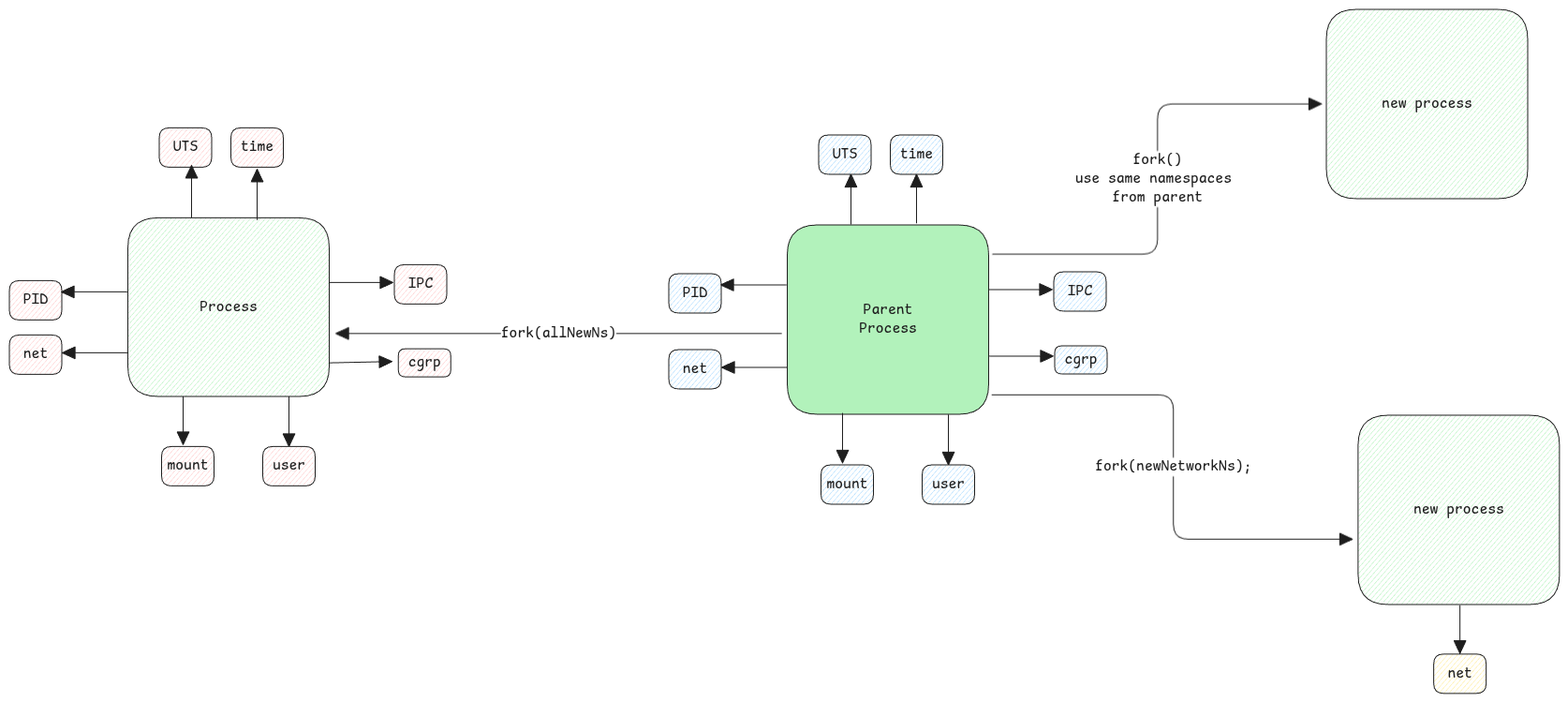
This is static/img/linux-process-namespaces.excalidraw.png from swaroopar/inprogress-engineer, a Excalidraw export, as it was before one commit. Source tidied: one line per element, renumbered; positions are measured from the earlier drawing's top-left corner, leaving out a move shared by most shapes. The source it was exported from:
```json
{"id": 0, "type": "rectangle", "strokeColor": "#1e1e1e", "backgroundColor": "#b2f2bb", "fillStyle": "solid", "strokeWidth": 1, "roughness": 0, "round": true, "x": 830, "y": 230, "width": 215, "height": 202}
{"id": 1, "type": "text", "text": "Parent\nProcess", "strokeColor": "#1e1e1e", "strokeWidth": 1, "roughness": 0, "fontSize": 16, "fontFamily": 8, "textAlign": "center", "verticalAlign": "middle", "inside": 0, "x": 907, "y": 311, "width": 62, "height": 40}
{"id": 2, "type": "rectangle", "strokeColor": "#1e1e1e", "backgroundColor": "#a5d8ff", "fillStyle": "hachure", "strokeWidth": 1, "roughness": 0, "round": true, "x": 704, "y": 282, "width": 56, "height": 42}
{"id": 3, "type": "text", "text": "PID", "strokeColor": "#1e1e1e", "strokeWidth": 1, "roughness": 0, "fontSize": 16, "fontFamily": 8, "textAlign": "center", "verticalAlign": "middle", "inside": 2, "x": 719, "y": 293, "width": 26, "height": 20}
{"id": 4, "type": "rectangle", "strokeColor": "#1e1e1e", "backgroundColor": "#a5d8ff", "fillStyle": "hachure", "strokeWidth": 1, "roughness": 0, "round": true, "x": 704, "y": 363, "width": 56, "height": 42}
{"id": 5, "type": "text", "text": "net", "strokeColor": "#1e1e1e", "strokeWidth": 1, "roughness": 0, "fontSize": 16, "fontFamily": 8, "textAlign": "center", "verticalAlign": "middle", "inside": 4, "x": 719, "y": 374, "width": 26, "height": 20}
{"id": 6, "type": "rectangle", "strokeColor": "#1e1e1e", "backgroundColor": "#a5d8ff", "fillStyle": "hachure", "strokeWidth": 1, "roughness": 0, "round": true, "x": 864, "y": 134, "width": 56, "height": 42}
{"id": 7, "type": "text", "text": "UTS", "strokeColor": "#1e1e1e", "strokeWidth": 1, "roughness": 0, "fontSize": 16, "fontFamily": 8, "textAlign": "center", "verticalAlign": "middle", "inside": 6, "x": 879, "y": 145, "width": 26, "height": 20}
{"id": 8, "type": "rectangle", "strokeColor": "#1e1e1e", "backgroundColor": "#a5d8ff", "fillStyle": "hachure", "strokeWidth": 1, "roughness": 0, "round": true, "x": 940, "y": 134, "width": 56, "height": 42}
{"id": 9, "type": "text", "text": "time", "strokeColor": "#1e1e1e", "strokeWidth": 1, "roughness": 0, "fontSize": 16, "fontFamily": 8, "textAlign": "center", "verticalAlign": "middle", "inside": 8, "x": 951, "y": 145, "width": 35, "height": 20}
{"id": 10, "type": "rectangle", "strokeColor": "#1e1e1e", "backgroundColor": "#a5d8ff", "fillStyle": "hachure", "strokeWidth": 1, "roughness": 0, "round": true, "x": 866, "y": 486, "width": 56, "height": 42}
{"id": 11, "type": "text", "text": "mount", "strokeColor": "#1e1e1e", "strokeWidth": 1, "roughness": 0, "fontSize": 16, "fontFamily": 8, "textAlign": "center", "verticalAlign": "middle", "inside": 10, "x": 872, "y": 497, "width": 44, "height": 20}
{"id": 12, "type": "rectangle", "strokeColor": "#1e1e1e", "backgroundColor": "#a5d8ff", "fillStyle": "hachure", "strokeWidth": 1, "roughness": 0, "round": true, "x": 974, "y": 486, "width": 56, "height": 42}
{"id": 13, "type": "text", "text": "user", "strokeColor": "#1e1e1e", "strokeWidth": 1, "roughness": 0, "fontSize": 16, "fontFamily": 8, "textAlign": "center", "verticalAlign": "middle", "inside": 12, "x": 985, "y": 497, "width": 35, "height": 20}
{"id": 14, "type": "rectangle", "strokeColor": "#1e1e1e", "backgroundColor": "#a5d8ff", "fillStyle": "hachure", "strokeWidth": 1, "roughness": 0, "round": true, "x": 1115, "y": 280, "width": 56, "height": 42}
{"id": 15, "type": "text", "text": "IPC", "strokeColor": "#1e1e1e", "strokeWidth": 1, "roughness": 0, "fontSize": 16, "fontFamily": 8, "textAlign": "center", "verticalAlign": "middle", "inside": 14, "x": 1130, "y": 291, "width": 26, "height": 20}
{"id": 16, "type": "rectangle", "strokeColor": "#1e1e1e", "backgroundColor": "#a5d8ff", "fillStyle": "hachure", "strokeWidth": 1, "roughness": 0, "round": true, "x": 1116, "y": 359, "width": 56, "height": 30}
{"id": 17, "type": "text", "text": "cgrp", "strokeColor": "#1e1e1e", "strokeWidth": 1, "roughness": 0, "fontSize": 16, "fontFamily": 8, "textAlign": "center", "verticalAlign": "middle", "inside": 16, "x": 1126, "y": 364, "width": 35, "height": 20}
{"id": 18, "type": "arrow", "strokeColor": "#1e1e1e", "backgroundColor": "#a5d8ff", "fillStyle": "hachure", "strokeWidth": 1, "roughness": 0, "endArrowhead": "triangle", "round": true, "x": 830, "y": 294, "width": 70, "height": 0, "points": [[0, 0], [-70, 0]]}
{"id": 19, "type": "arrow", "strokeColor": "#1e1e1e", "strokeWidth": 1, "roughness": 0, "endArrowhead": "triangle", "round": true, "x": 830, "y": 382, "width": 70, "height": 0, "points": [[0, 0], [-70, 0]]}
{"id": 20, "type": "arrow", "strokeColor": "#1e1e1e", "backgroundColor": "#a5d8ff", "fillStyle": "solid", "strokeWidth": 1, "roughness": 0, "endArrowhead": "triangle", "round": true, "x": 1046, "y": 299, "width": 68, "height": 0, "points": [[0, 0], [68, 0]]}
{"id": 21, "type": "arrow", "strokeColor": "#1e1e1e", "backgroundColor": "#a5d8ff", "fillStyle": "solid", "strokeWidth": 1, "roughness": 0, "endArrowhead": "triangle", "round": true, "from": 0, "x": 1046, "y": 370, "width": 68, "height": 0, "points": [[0, 0], [68, 0]]}
{"id": 22, "type": "arrow", "strokeColor": "#1e1e1e", "strokeWidth": 1, "roughness": 0, "endArrowhead": "triangle", "round": true, "from": 0, "x": 890, "y": 431, "width": 0, "height": 53, "points": [[0, 0], [0, 53]]}
{"id": 23, "type": "arrow", "strokeColor": "#1e1e1e", "strokeWidth": 1, "roughness": 0, "endArrowhead": "triangle", "round": true, "x": 1002, "y": 433, "width": 0, "height": 53, "points": [[0, 0], [0, 53]]}
{"id": 24, "type": "arrow", "strokeColor": "#1e1e1e", "backgroundColor": "#a5d8ff", "fillStyle": "hachure", "strokeWidth": 1, "roughness": 0, "endArrowhead": "triangle", "round": true, "x": 898, "y": 229, "width": 0, "height": 53, "points": [[0, 0], [0, -53]]}
{"id": 25, "type": "arrow", "strokeColor": "#1e1e1e", "backgroundColor": "#a5d8ff", "fillStyle": "hachure", "strokeWidth": 1, "roughness": 0, "endArrowhead": "triangle", "round": true, "x": 968, "y": 228, "width": 0, "height": 52, "points": [[0, 0], [0, -52]]}
{"id": 26, "type": "rectangle", "strokeColor": "#1e1e1e", "backgroundColor": "#b2f2bb", "fillStyle": "hachure", "strokeWidth": 1, "roughness": 0, "round": true, "x": 1406, "y": 0, "width": 215, "height": 202}
{"id": 27, "type": "text", "text": "new process", "strokeColor": "#1e1e1e", "strokeWidth": 1, "roughness": 0, "fontSize": 16, "fontFamily": 8, "textAlign": "center", "verticalAlign": "middle", "inside": 26, "x": 1465, "y": 91, "width": 97, "height": 20}
{"id": 28, "type": "arrow", "strokeColor": "#1e1e1e", "strokeWidth": 1, "roughness": 0, "endArrowhead": "triangle", "from": 0, "to": 26, "x": 1050, "y": 261, "width": 351, "height": 160, "points": [[0, 0], [176, 0], [176, -160], [351, -160]]}
{"id": 29, "type": "text", "text": "fork()\nuse same namespaces \nfrom parent", "strokeColor": "#1e1e1e", "strokeWidth": 1, "roughness": 0, "fontSize": 16, "fontFamily": 8, "textAlign": "center", "verticalAlign": "middle", "inside": 28, "x": 1141, "y": 162, "width": 176, "height": 60}
{"id": 30, "type": "rectangle", "strokeColor": "#1e1e1e", "backgroundColor": "#b2f2bb", "fillStyle": "hachure", "strokeWidth": 1, "roughness": 0, "round": true, "x": 1440, "y": 433, "width": 215, "height": 202}
{"id": 31, "type": "text", "text": "new process", "strokeColor": "#1e1e1e", "strokeWidth": 1, "roughness": 0, "fontSize": 16, "fontFamily": 8, "textAlign": "center", "verticalAlign": "middle", "inside": 30, "x": 1499, "y": 524, "width": 97, "height": 20}
{"id": 32, "type": "arrow", "strokeColor": "#1e1e1e", "strokeWidth": 1, "roughness": 0, "endArrowhead": "triangle", "from": 0, "to": 30, "x": 1049, "y": 411, "width": 385, "height": 154, "points": [[0, 0], [194, 0], [194, 154], [385, 154]]}
{"id": 33, "type": "text", "text": "fork(newNetworkNs);", "strokeColor": "#1e1e1e", "strokeWidth": 1, "roughness": 0, "fontSize": 16, "fontFamily": 8, "textAlign": "center", "verticalAlign": "middle", "inside": 32, "x": 1161, "y": 475, "width": 167, "height": 20}
{"id": 34, "type": "rectangle", "strokeColor": "#1e1e1e", "backgroundColor": "#ffec99", "fillStyle": "hachure", "strokeWidth": 1, "roughness": 0, "round": true, "x": 1521, "y": 688, "width": 56, "height": 42}
{"id": 35, "type": "text", "text": "net", "strokeColor": "#1e1e1e", "strokeWidth": 1, "roughness": 0, "fontSize": 16, "fontFamily": 8, "textAlign": "center", "verticalAlign": "middle", "inside": 34, "x": 1535, "y": 699, "width": 26, "height": 20}
{"id": 36, "type": "arrow", "strokeColor": "#1e1e1e", "strokeWidth": 1, "roughness": 0, "endArrowhead": "triangle", "round": true, "x": 1549, "y": 636, "width": 0, "height": 51, "points": [[0, 0], [0, 51]]}
{"id": 37, "type": "rectangle", "strokeColor": "#1e1e1e", "backgroundColor": "#b2f2bb", "fillStyle": "hachure", "strokeWidth": 1, "roughness": 0, "round": true, "x": 126, "y": 222, "width": 215, "height": 191}
{"id": 38, "type": "text", "text": "Process", "strokeColor": "#1e1e1e", "strokeWidth": 1, "roughness": 0, "fontSize": 16, "fontFamily": 8, "textAlign": "center", "verticalAlign": "middle", "inside": 37, "x": 203, "y": 308, "width": 62, "height": 20}
{"id": 39, "type": "rectangle", "strokeColor": "#1e1e1e", "backgroundColor": "#ffc9c9", "fillStyle": "hachure", "strokeWidth": 1, "roughness": 0, "round": true, "x": 0, "y": 289, "width": 56, "height": 42}
{"id": 40, "type": "text", "text": "PID", "strokeColor": "#1e1e1e", "strokeWidth": 1, "roughness": 0, "fontSize": 16, "fontFamily": 8, "textAlign": "center", "verticalAlign": "middle", "inside": 39, "x": 15, "y": 300, "width": 26, "height": 20}
{"id": 41, "type": "rectangle", "strokeColor": "#1e1e1e", "backgroundColor": "#ffc9c9", "fillStyle": "hachure", "strokeWidth": 1, "roughness": 0, "round": true, "x": 0, "y": 347, "width": 56, "height": 42}
{"id": 42, "type": "text", "text": "net", "strokeColor": "#1e1e1e", "strokeWidth": 1, "roughness": 0, "fontSize": 16, "fontFamily": 8, "textAlign": "center", "verticalAlign": "middle", "inside": 41, "x": 15, "y": 358, "width": 26, "height": 20}
{"id": 43, "type": "rectangle", "strokeColor": "#1e1e1e", "backgroundColor": "#ffc9c9", "fillStyle": "hachure", "strokeWidth": 1, "roughness": 0, "round": true, "x": 160, "y": 126, "width": 56, "height": 42}
{"id": 44, "type": "text", "text": "UTS", "strokeColor": "#1e1e1e", "strokeWidth": 1, "roughness": 0, "fontSize": 16, "fontFamily": 8, "textAlign": "center", "verticalAlign": "middle", "inside": 43, "x": 175, "y": 137, "width": 26, "height": 20}
{"id": 45, "type": "rectangle", "strokeColor": "#1e1e1e", "backgroundColor": "#ffc9c9", "fillStyle": "hachure", "strokeWidth": 1, "roughness": 0, "round": true, "x": 236, "y": 126, "width": 56, "height": 42}
{"id": 46, "type": "text", "text": "time", "strokeColor": "#1e1e1e", "strokeWidth": 1, "roughness": 0, "fontSize": 16, "fontFamily": 8, "textAlign": "center", "verticalAlign": "middle", "inside": 45, "x": 247, "y": 137, "width": 35, "height": 20}
{"id": 47, "type": "rectangle", "strokeColor": "#1e1e1e", "backgroundColor": "#ffc9c9", "fillStyle": "hachure", "strokeWidth": 1, "roughness": 0, "round": true, "x": 162, "y": 466, "width": 56, "height": 42}
{"id": 48, "type": "text", "text": "mount", "strokeColor": "#1e1e1e", "strokeWidth": 1, "roughness": 0, "fontSize": 16, "fontFamily": 8, "textAlign": "center", "verticalAlign": "middle", "inside": 47, "x": 168, "y": 477, "width": 44, "height": 20}
{"id": 49, "type": "rectangle", "strokeColor": "#1e1e1e", "backgroundColor": "#ffc9c9", "fillStyle": "hachure", "strokeWidth": 1, "roughness": 0, "round": true, "x": 270, "y": 466, "width": 56, "height": 42}
{"id": 50, "type": "text", "text": "user", "strokeColor": "#1e1e1e", "strokeWidth": 1, "roughness": 0, "fontSize": 16, "fontFamily": 8, "textAlign": "center", "verticalAlign": "middle", "inside": 49, "x": 281, "y": 477, "width": 35, "height": 20}
{"id": 51, "type": "rectangle", "strokeColor": "#1e1e1e", "backgroundColor": "#ffc9c9", "fillStyle": "hachure", "strokeWidth": 1, "roughness": 0, "round": true, "x": 411, "y": 272, "width": 56, "height": 42}
{"id": 52, "type": "text", "text": "IPC", "strokeColor": "#1e1e1e", "strokeWidth": 1, "roughness": 0, "fontSize": 16, "fontFamily": 8, "textAlign": "center", "verticalAlign": "middle", "inside": 51, "x": 426, "y": 283, "width": 26, "height": 20}
{"id": 53, "type": "rectangle", "strokeColor": "#1e1e1e", "backgroundColor": "#ffc9c9", "fillStyle": "hachure", "strokeWidth": 1, "roughness": 0, "round": true, "x": 415, "y": 362, "width": 56, "height": 30}
{"id": 54, "type": "text", "text": "cgrp", "strokeColor": "#1e1e1e", "strokeWidth": 1, "roughness": 0, "fontSize": 16, "fontFamily": 8, "textAlign": "center", "verticalAlign": "middle", "inside": 53, "x": 426, "y": 367, "width": 35, "height": 20}
{"id": 55, "type": "arrow", "strokeColor": "#1e1e1e", "strokeWidth": 1, "roughness": 0, "endArrowhead": "triangle", "round": true, "x": 126, "y": 301, "width": 70, "height": 0, "points": [[0, 0], [-70, 0]]}
{"id": 56, "type": "arrow", "strokeColor": "#1e1e1e", "strokeWidth": 1, "roughness": 0, "endArrowhead": "triangle", "round": true, "x": 126, "y": 366, "width": 70, "height": 0, "points": [[0, 0], [-70, 0]]}
{"id": 57, "type": "arrow", "strokeColor": "#1e1e1e", "strokeWidth": 1, "roughness": 0, "endArrowhead": "triangle", "round": true, "x": 342, "y": 291, "width": 68, "height": 0, "points": [[0, 0], [68, 0]]}
{"id": 58, "type": "arrow", "strokeColor": "#1e1e1e", "strokeWidth": 1, "roughness": 0, "endArrowhead": "triangle", "from": 37, "x": 342, "y": 377, "width": 66, "height": 1, "points": [[0, 0], [66, -1]]}
{"id": 59, "type": "arrow", "strokeColor": "#1e1e1e", "strokeWidth": 1, "roughness": 0, "endArrowhead": "triangle", "round": true, "x": 186, "y": 413, "width": 0, "height": 51, "points": [[0, 0], [0, 51]]}
{"id": 60, "type": "arrow", "strokeColor": "#1e1e1e", "strokeWidth": 1, "roughness": 0, "endArrowhead": "triangle", "round": true, "x": 298, "y": 413, "width": 0, "height": 53, "points": [[0, 0], [0, 53]]}
{"id": 61, "type": "arrow", "strokeColor": "#1e1e1e", "strokeWidth": 1, "roughness": 0, "endArrowhead": "triangle", "x": 194, "y": 222, "width": 0, "height": 55, "points": [[0, 0], [0, -55]]}
{"id": 62, "type": "arrow", "strokeColor": "#1e1e1e", "strokeWidth": 1, "roughness": 0, "endArrowhead": "triangle", "to": 45, "x": 264, "y": 225, "width": 0, "height": 54, "points": [[0, 0], [0, -54]]}
{"id": 63, "type": "arrow", "strokeColor": "#1e1e1e", "strokeWidth": 1, "roughness": 0, "endArrowhead": "triangle", "from": 0, "x": 824, "y": 346, "width": 476, "height": 0, "points": [[0, 0], [-476, 0]]}
{"id": 64, "type": "text", "text": "fork(allNewNs)", "strokeColor": "#1e1e1e", "strokeWidth": 1, "roughness": 0, "fontSize": 16, "fontFamily": 8, "textAlign": "center", "verticalAlign": "middle", "inside": 63, "x": 890, "y": 619, "width": 123, "height": 20}
```
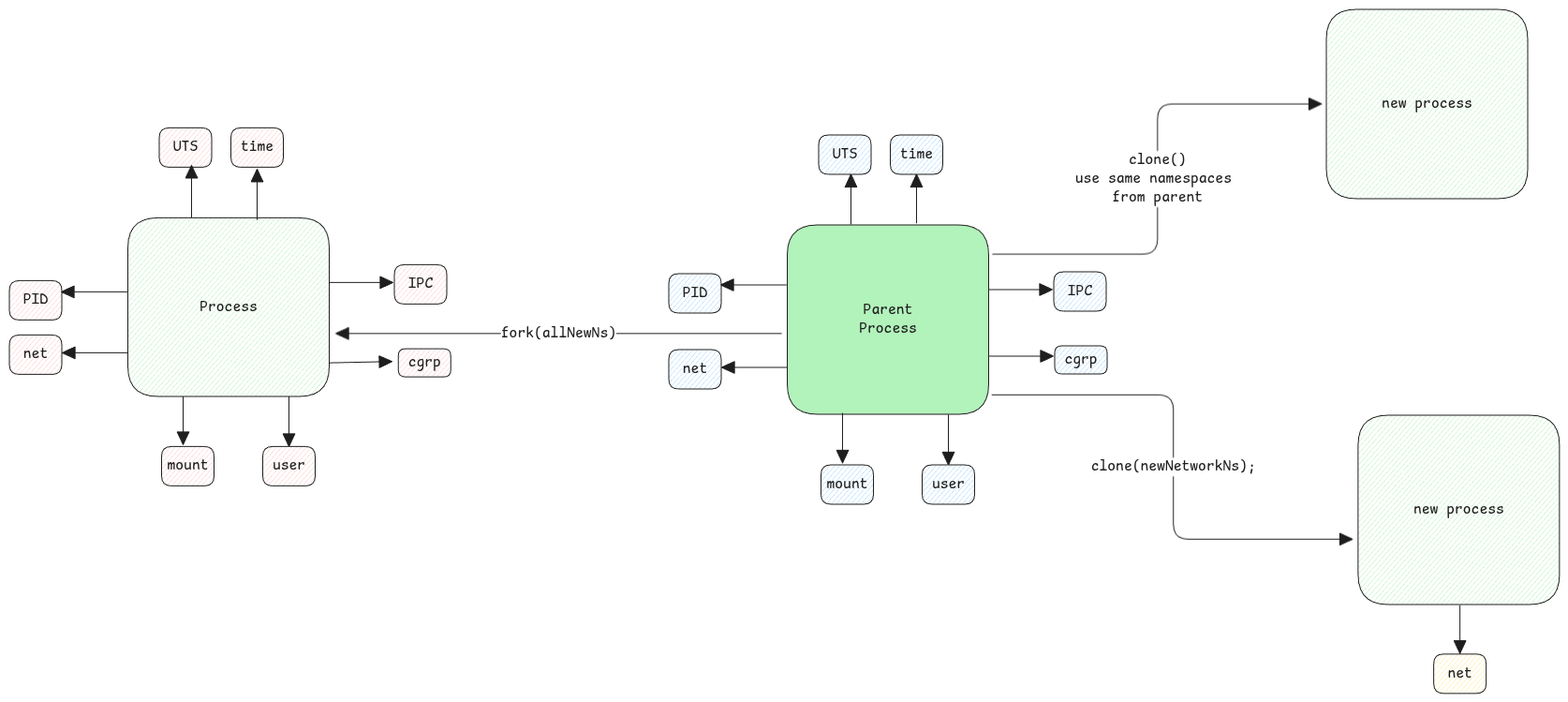
The same diagram one commit later.

Commit message:
fix command name

What changed in the source:
```diff
@@ -27,11 +27,11 @@
 {"id": 26, "type": "rectangle", "strokeColor": "#1e1e1e", "backgroundColor": "#b2f2bb", "fillStyle": "hachure", "strokeWidth": 1, "roughness": 0, "round": true, "x": 1406, "y": 0, "width": 215, "height": 202}
 {"id": 27, "type": "text", "text": "new process", "strokeColor": "#1e1e1e", "strokeWidth": 1, "roughness": 0, "fontSize": 16, "fontFamily": 8, "textAlign": "center", "verticalAlign": "middle", "inside": 26, "x": 1465, "y": 91, "width": 97, "height": 20}
 {"id": 28, "type": "arrow", "strokeColor": "#1e1e1e", "strokeWidth": 1, "roughness": 0, "endArrowhead": "triangle", "from": 0, "to": 26, "x": 1050, "y": 261, "width": 351, "height": 160, "points": [[0, 0], [176, 0], [176, -160], [351, -160]]}
-{"id": 29, "type": "text", "text": "fork()\nuse same namespaces \nfrom parent", "strokeColor": "#1e1e1e", "strokeWidth": 1, "roughness": 0, "fontSize": 16, "fontFamily": 8, "textAlign": "center", "verticalAlign": "middle", "inside": 28, "x": 1141, "y": 162, "width": 176, "height": 60}
+{"id": 29, "type": "text", "text": "clone()\nuse same namespaces \nfrom parent", "strokeColor": "#1e1e1e", "strokeWidth": 1, "roughness": 0, "fontSize": 16, "fontFamily": 8, "textAlign": "center", "verticalAlign": "middle", "inside": 28, "x": 1138, "y": 151, "width": 176, "height": 60}
 {"id": 30, "type": "rectangle", "strokeColor": "#1e1e1e", "backgroundColor": "#b2f2bb", "fillStyle": "hachure", "strokeWidth": 1, "roughness": 0, "round": true, "x": 1440, "y": 433, "width": 215, "height": 202}
 {"id": 31, "type": "text", "text": "new process", "strokeColor": "#1e1e1e", "strokeWidth": 1, "roughness": 0, "fontSize": 16, "fontFamily": 8, "textAlign": "center", "verticalAlign": "middle", "inside": 30, "x": 1499, "y": 524, "width": 97, "height": 20}
 {"id": 32, "type": "arrow", "strokeColor": "#1e1e1e", "strokeWidth": 1, "roughness": 0, "endArrowhead": "triangle", "from": 0, "to": 30, "x": 1049, "y": 411, "width": 385, "height": 154, "points": [[0, 0], [194, 0], [194, 154], [385, 154]]}
-{"id": 33, "type": "text", "text": "fork(newNetworkNs);", "strokeColor": "#1e1e1e", "strokeWidth": 1, "roughness": 0, "fontSize": 16, "fontFamily": 8, "textAlign": "center", "verticalAlign": "middle", "inside": 32, "x": 1161, "y": 475, "width": 167, "height": 20}
+{"id": 33, "type": "text", "text": "clone(newNetworkNs);", "strokeColor": "#1e1e1e", "strokeWidth": 1, "roughness": 0, "fontSize": 16, "fontFamily": 8, "textAlign": "center", "verticalAlign": "middle", "inside": 32, "x": 1155, "y": 478, "width": 176, "height": 20}
 {"id": 34, "type": "rectangle", "strokeColor": "#1e1e1e", "backgroundColor": "#ffec99", "fillStyle": "hachure", "strokeWidth": 1, "roughness": 0, "round": true, "x": 1521, "y": 688, "width": 56, "height": 42}
 {"id": 35, "type": "text", "text": "net", "strokeColor": "#1e1e1e", "strokeWidth": 1, "roughness": 0, "fontSize": 16, "fontFamily": 8, "textAlign": "center", "verticalAlign": "middle", "inside": 34, "x": 1535, "y": 699, "width": 26, "height": 20}
 {"id": 36, "type": "arrow", "strokeColor": "#1e1e1e", "strokeWidth": 1, "roughness": 0, "endArrowhead": "triangle", "round": true, "x": 1549, "y": 636, "width": 0, "height": 51, "points": [[0, 0], [0, 51]]}
```
